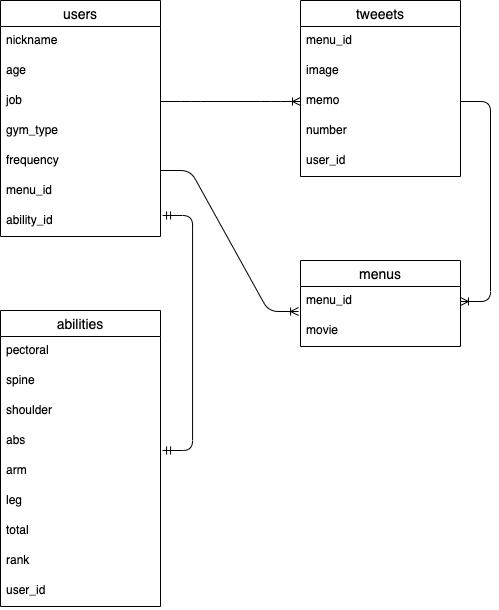
Above: ER.png in shisoshiso/bone-to-musicle (draw.io), before the change. Source tidied: cells renumbered, new cells last; positions are measured from the earlier drawing's top-left corner, leaving out a move shared by most shapes.
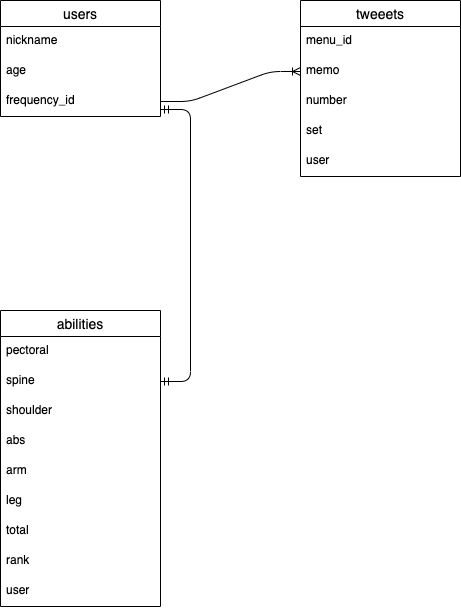
Above is the later version.

What changed in the source:
```diff
@@ -2,13 +2,8 @@
   <root>
     <mxCell id="0" />
     <mxCell id="1" parent="0" />
-    <mxCell id="2" style="edgeStyle=entityRelationEdgeStyle;fontSize=12;html=1;endArrow=ERoneToMany;entryX=-0.012;entryY=0.833;entryDx=0;entryDy=0;entryPerimeter=0;" parent="1" edge="1" target="18">
-      <mxGeometry relative="1" as="geometry">
-        <mxPoint x="160" y="170" as="sourcePoint" />
-      </mxGeometry>
-    </mxCell>
     <mxCell id="3" value="users" style="swimlane;fontStyle=0;horizontal=1;startSize=26;align=center;fontSize=14;shadow=0;" parent="1" vertex="1">
-      <mxGeometry width="160" height="236" as="geometry" />
+      <mxGeometry width="160" height="116" as="geometry" />
     </mxCell>
     <mxCell id="4" value="nickname" style="text;strokeColor=none;fillColor=none;spacingLeft=4;spacingRight=4;overflow=hidden;fontSize=12;" parent="3" vertex="1">
       <mxGeometry y="26" width="160" height="30" as="geometry" />
@@ -16,54 +11,32 @@
     <mxCell id="5" value="age" style="text;strokeColor=none;fillColor=none;spacingLeft=4;spacingRight=4;overflow=hidden;fontSize=12;" parent="3" vertex="1">
       <mxGeometry y="56" width="160" height="30" as="geometry" />
     </mxCell>
-    <mxCell id="6" value="job" style="text;strokeColor=none;fillColor=none;spacingLeft=4;spacingRight=4;overflow=hidden;points=[[0,0.5],[1,0.5]];portConstraint=eastwest;fontSize=12;" parent="3" vertex="1">
-      <mxGeometry y="86" width="160" height="30" as="geometry" />
-    </mxCell>
-    <mxCell id="7" value="gym_type" style="text;strokeColor=none;fillColor=none;spacingLeft=4;spacingRight=4;overflow=hidden;fontSize=12;" parent="3" vertex="1">
-      <mxGeometry y="116" width="160" height="30" as="geometry" />
-    </mxCell>
-    <mxCell id="8" value="frequency" style="text;strokeColor=none;fillColor=none;spacingLeft=4;spacingRight=4;overflow=hidden;points=[[0,0.5],[1,0.5]];portConstraint=eastwest;fontSize=12;" parent="3" vertex="1">
-      <mxGeometry y="146" width="160" height="30" as="geometry" />
+    <mxCell id="8" value="frequency_id" style="text;strokeColor=none;fillColor=none;spacingLeft=4;spacingRight=4;overflow=hidden;points=[[0,0.5],[1,0.5]];portConstraint=eastwest;fontSize=12;" parent="3" vertex="1">
+      <mxGeometry y="86" width="160" height="30" as="geometry" />
     </mxCell>
-    <mxCell id="9" value="menu_id" style="text;strokeColor=none;fillColor=none;spacingLeft=4;spacingRight=4;overflow=hidden;fontSize=12;" parent="3" vertex="1">
-      <mxGeometry y="176" width="160" height="30" as="geometry" />
-    </mxCell>
-    <mxCell id="10" value="ability_id" style="text;strokeColor=none;fillColor=none;spacingLeft=4;spacingRight=4;overflow=hidden;points=[[0,0.5],[1,0.5]];portConstraint=eastwest;fontSize=12;" parent="3" vertex="1">
-      <mxGeometry y="206" width="160" height="30" as="geometry" />
-    </mxCell>
     <mxCell id="11" value="tweeets" style="swimlane;fontStyle=0;horizontal=1;startSize=26;align=center;fontSize=14;" parent="1" vertex="1">
       <mxGeometry x="300" width="160" height="176" as="geometry" />
     </mxCell>
     <mxCell id="12" value="menu_id" style="text;strokeColor=none;fillColor=none;spacingLeft=4;spacingRight=4;overflow=hidden;fontSize=12;" parent="11" vertex="1">
       <mxGeometry y="26" width="160" height="30" as="geometry" />
     </mxCell>
-    <mxCell id="13" value="image" style="text;strokeColor=none;fillColor=none;spacingLeft=4;spacingRight=4;overflow=hidden;fontSize=12;" parent="11" vertex="1">
-      <mxGeometry y="56" width="160" height="30" as="geometry" />
-    </mxCell>
     <mxCell id="14" value="memo" style="text;strokeColor=none;fillColor=none;spacingLeft=4;spacingRight=4;overflow=hidden;points=[[0,0.5],[1,0.5]];portConstraint=eastwest;fontSize=12;" parent="11" vertex="1">
-      <mxGeometry y="86" width="160" height="30" as="geometry" />
+      <mxGeometry y="56" width="160" height="30" as="geometry" />
     </mxCell>
     <mxCell id="15" value="number" style="text;strokeColor=none;fillColor=none;spacingLeft=4;spacingRight=4;overflow=hidden;fontSize=12;" parent="11" vertex="1">
-      <mxGeometry y="116" width="160" height="30" as="geometry" />
+      <mxGeometry y="86" width="160" height="30" as="geometry" />
     </mxCell>
+    <mxCell id="33" value="set" style="text;strokeColor=none;fillColor=none;spacingLeft=4;spacingRight=4;overflow=hidden;fontSize=12;" parent="11" vertex="1">
+      <mxGeometry y="116" width="160" height="30" as="geometry" />
+    </mxCell>
-    <mxCell id="16" value="user_id" style="text;strokeColor=none;fillColor=none;spacingLeft=4;spacingRight=4;overflow=hidden;fontSize=12;" parent="11" vertex="1">
+    <mxCell id="16" value="user" style="text;strokeColor=none;fillColor=none;spacingLeft=4;spacingRight=4;overflow=hidden;fontSize=12;" parent="11" vertex="1">
       <mxGeometry y="146" width="160" height="30" as="geometry" />
     </mxCell>
-    <mxCell id="17" value="menus" style="swimlane;fontStyle=0;horizontal=1;startSize=26;align=center;fontSize=14;" parent="1" vertex="1">
-      <mxGeometry x="300" y="260" width="160" height="86" as="geometry" />
-    </mxCell>
-    <mxCell id="18" value="menu_id" style="text;strokeColor=none;fillColor=none;spacingLeft=4;spacingRight=4;overflow=hidden;points=[[0,0.5],[1,0.5]];portConstraint=eastwest;fontSize=12;" parent="17" vertex="1">
-      <mxGeometry y="26" width="160" height="30" as="geometry" />
-    </mxCell>
-    <mxCell id="19" value="movie" style="text;strokeColor=none;fillColor=none;spacingLeft=4;spacingRight=4;overflow=hidden;fontSize=12;" parent="17" vertex="1">
-      <mxGeometry y="56" width="160" height="30" as="geometry" />
-    </mxCell>
-    <mxCell id="20" style="edgeStyle=entityRelationEdgeStyle;fontSize=12;html=1;endArrow=ERoneToMany;exitX=1;exitY=0.5;exitDx=0;exitDy=0;entryX=0;entryY=0.5;entryDx=0;entryDy=0;" parent="1" edge="1" source="6" target="14">
-      <mxGeometry relative="1" as="geometry" />
+    <mxCell id="20" style="edgeStyle=entityRelationEdgeStyle;fontSize=12;html=1;endArrow=ERoneToMany;exitX=1;exitY=0.5;exitDx=0;exitDy=0;entryX=0;entryY=0.5;entryDx=0;entryDy=0;" parent="1" edge="1" target="14">
+      <mxGeometry relative="1" as="geometry">
+        <mxPoint x="160" y="101" as="sourcePoint" />
+      </mxGeometry>
     </mxCell>
-    <mxCell id="21" style="edgeStyle=entityRelationEdgeStyle;fontSize=12;html=1;endArrow=ERoneToMany;exitX=1;exitY=0.5;exitDx=0;exitDy=0;entryX=1;entryY=0.5;entryDx=0;entryDy=0;" parent="1" edge="1" source="14" target="18">
-      <mxGeometry relative="1" as="geometry" />
-    </mxCell>
     <mxCell id="22" value="abilities" style="swimlane;fontStyle=0;horizontal=1;startSize=26;align=center;fontSize=14;shadow=0;" parent="1" vertex="1">
       <mxGeometry y="310" width="160" height="296" as="geometry" />
     </mxCell>
@@ -91,10 +64,10 @@
     <mxCell id="30" value="rank" style="text;strokeColor=none;fillColor=none;spacingLeft=4;spacingRight=4;overflow=hidden;fontSize=12;" parent="22" vertex="1">
       <mxGeometry y="236" width="160" height="30" as="geometry" />
     </mxCell>
-    <mxCell id="31" value="user_id" style="text;strokeColor=none;fillColor=none;spacingLeft=4;spacingRight=4;overflow=hidden;fontSize=12;" parent="22" vertex="1">
+    <mxCell id="31" value="user" style="text;strokeColor=none;fillColor=none;spacingLeft=4;spacingRight=4;overflow=hidden;fontSize=12;" parent="22" vertex="1">
       <mxGeometry y="266" width="160" height="30" as="geometry" />
     </mxCell>
-    <mxCell id="32" style="edgeStyle=entityRelationEdgeStyle;fontSize=12;html=1;endArrow=ERmandOne;startArrow=ERmandOne;entryX=1.013;entryY=0.3;entryDx=0;entryDy=0;entryPerimeter=0;exitX=1.013;exitY=-0.2;exitDx=0;exitDy=0;exitPerimeter=0;" parent="1" edge="1" source="27" target="10">
+    <mxCell id="32" style="edgeStyle=entityRelationEdgeStyle;fontSize=12;html=1;endArrow=ERmandOne;startArrow=ERmandOne;entryX=1;entryY=0.767;entryDx=0;entryDy=0;exitX=1;exitY=0.5;exitDx=0;exitDy=0;entryPerimeter=0;" parent="1" edge="1" source="24" target="8">
       <mxGeometry relative="1" as="geometry" />
     </mxCell>
   </root>
```
